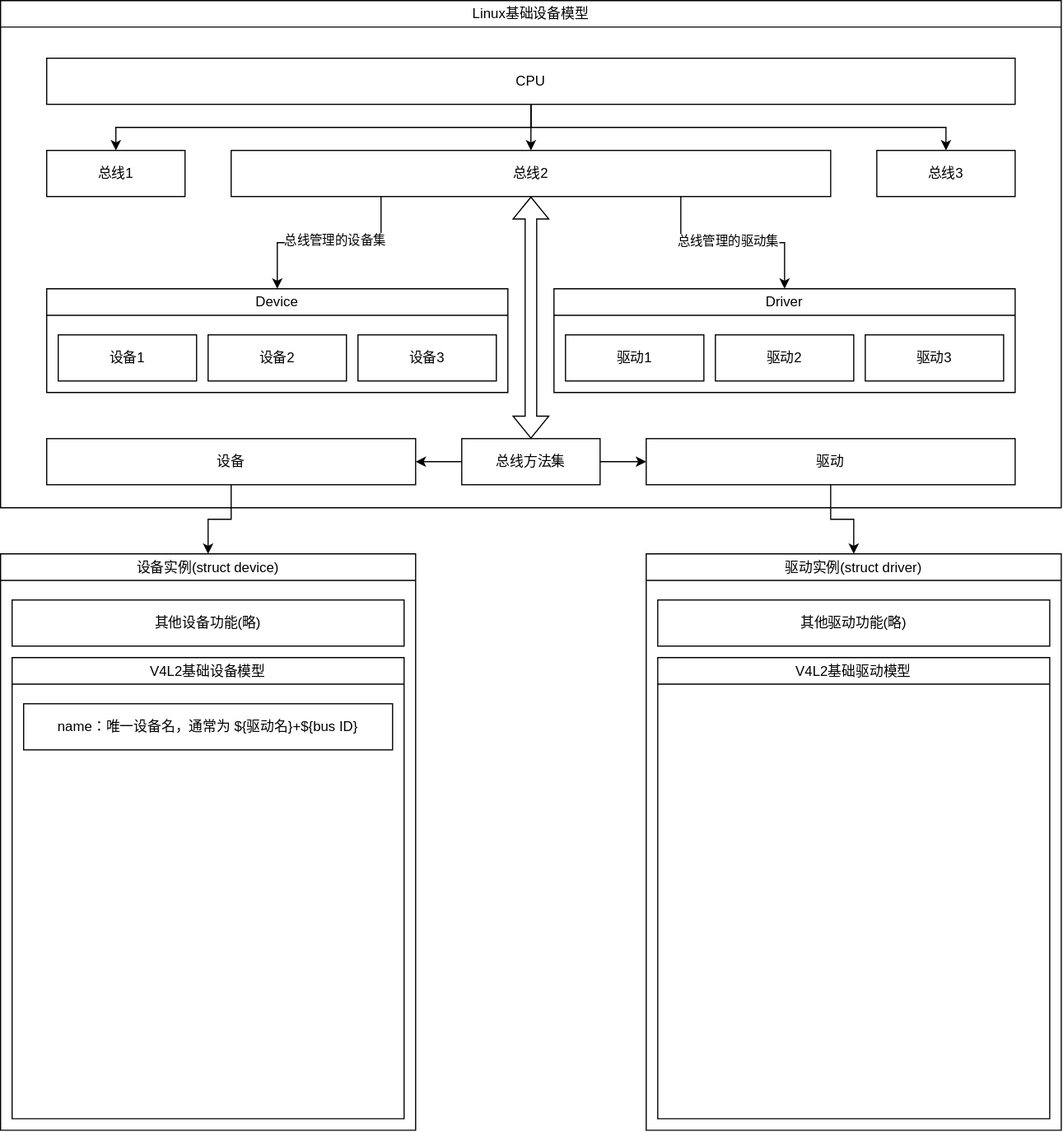
Above: Linux内核原理及其开发/Resources/V4L2设备模型概览.drawio.svg in h13-0/Notebooks (draw.io), before the change. Source tidied: cells renumbered, new cells last; positions are measured from the earlier drawing's top-left corner, leaving out a move shared by most shapes.
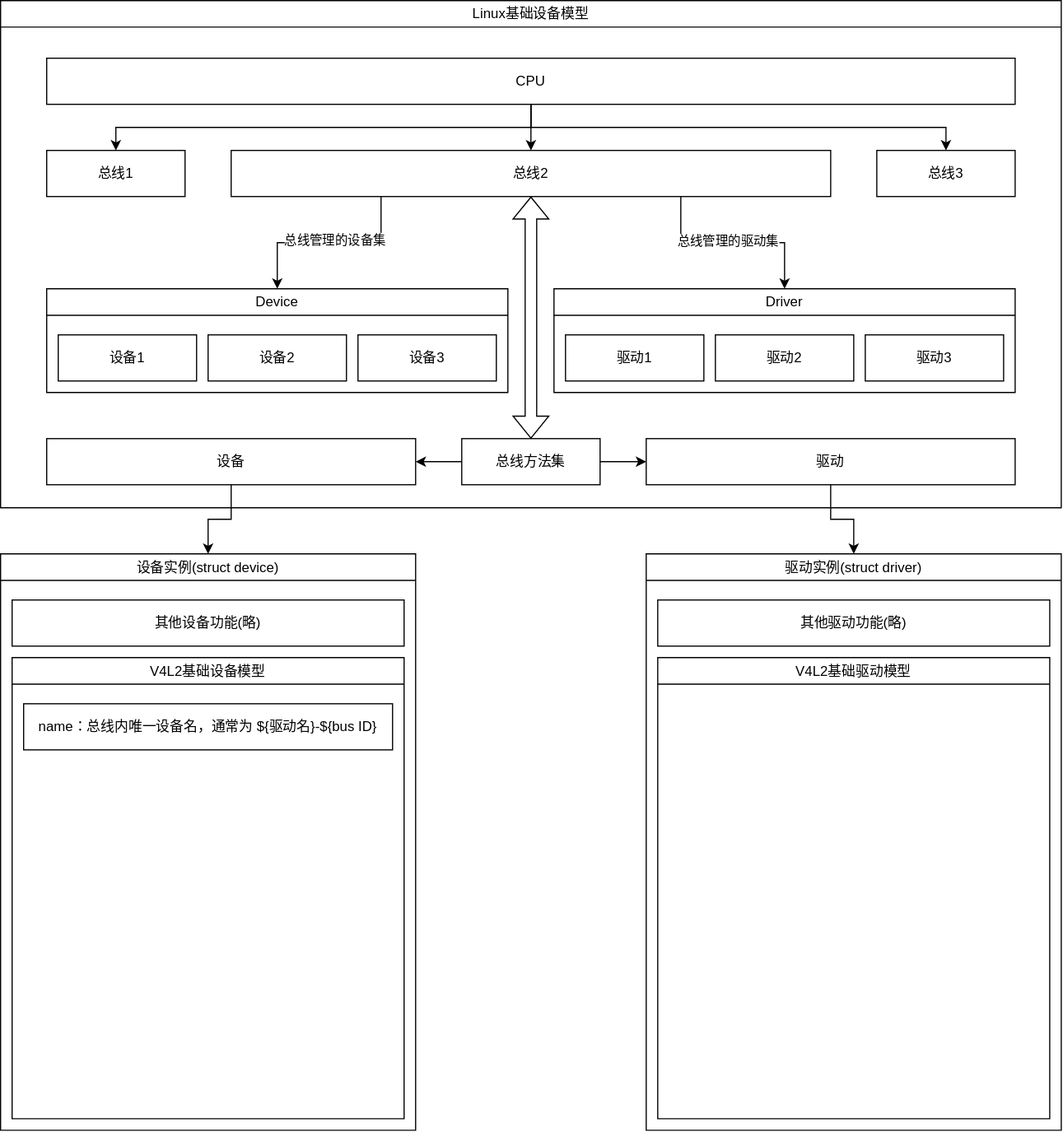
The same diagram one commit later.

Commit message:
vault backup: 2025-05-11 18:52:07

The edit, as a diff of the source:
```diff
@@ -8,7 +8,7 @@
     <mxCell id="3" value="&lt;span style=&quot;font-weight: normal;&quot;&gt;V4L2基础设备模型&lt;/span&gt;" style="swimlane;whiteSpace=wrap;html=1;" parent="2" vertex="1">
       <mxGeometry x="10" y="90" width="340" height="400" as="geometry" />
     </mxCell>
-    <mxCell id="4" value="name：唯一设备名，通常为 ${驱动名}+${bus ID}" style="rounded=0;whiteSpace=wrap;html=1;" parent="3" vertex="1">
+    <mxCell id="4" value="name：总线内唯一设备名，通常为 ${驱动名}-${bus ID}" style="rounded=0;whiteSpace=wrap;html=1;" parent="3" vertex="1">
       <mxGeometry x="10" y="40" width="320" height="40" as="geometry" />
     </mxCell>
     <mxCell id="5" value="其他设备功能(略)" style="rounded=0;whiteSpace=wrap;html=1;" parent="2" vertex="1">
```
